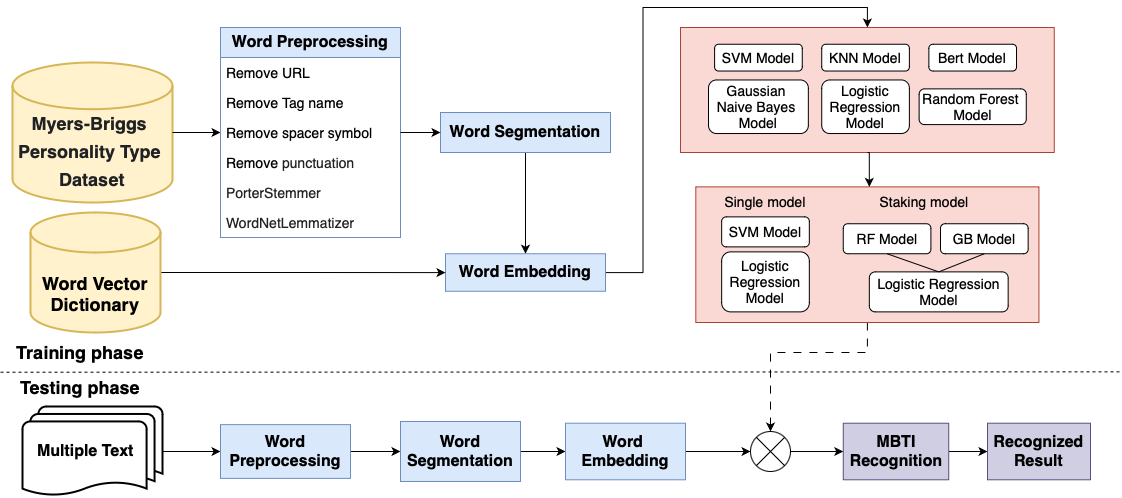
The draw.io diagram 畢業專題系統架構圖.png in TsaiMandy9112/Artificial-Intelligence, before a commit. Source tidied: cells renumbered, new cells last; positions are measured from the earlier drawing's top-left corner, leaving out a move shared by most shapes.
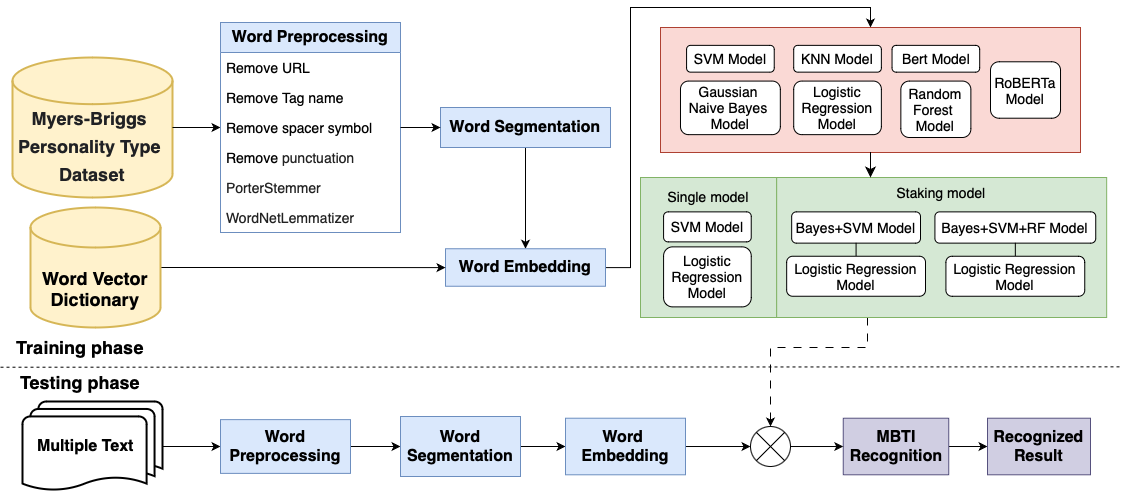
After the change.

Commit message:
已添加 畢業專題系統架構圖.png

The edit, as a diff of the source:
```diff
@@ -22,7 +22,13 @@
       </mxGeometry>
     </mxCell>
     <mxCell id="7" style="edgeStyle=orthogonalEdgeStyle;rounded=0;jettySize=auto;html=1;entryX=0.5;entryY=0;entryDx=0;entryDy=0;" parent="1" edge="1" source="8" target="34">
-      <mxGeometry relative="1" as="geometry" />
+      <mxGeometry relative="1" as="geometry">
+        <Array as="points">
+          <mxPoint x="630" y="245" />
+          <mxPoint x="630" y="-15" />
+          <mxPoint x="870" y="-15" />
+        </Array>
+      </mxGeometry>
     </mxCell>
     <mxCell id="8" value="&lt;b style=&quot;font-size: 16px;&quot;&gt;&lt;font style=&quot;font-size: 16px;&quot;&gt;Word&amp;nbsp;&lt;/font&gt;&lt;/b&gt;&lt;b style=&quot;font-size: 16px;&quot;&gt;Embedding&lt;/b&gt;" style="whiteSpace=wrap;html=1;fillColor=#dae8fc;strokeColor=#6c8ebf;rounded=0;" parent="1" vertex="1">
       <mxGeometry x="445" y="226.2" width="160" height="37.5" as="geometry" />
@@ -102,30 +108,36 @@
     <mxCell id="32" style="edgeStyle=orthogonalEdgeStyle;rounded=0;jettySize=auto;html=1;exitX=1;exitY=0.5;exitDx=0;exitDy=0;entryX=0;entryY=0.5;entryDx=0;entryDy=0;" parent="1" edge="1" source="27" target="31">
       <mxGeometry relative="1" as="geometry" />
     </mxCell>
-    <mxCell id="33" style="group;" parent="1" vertex="1">
-      <mxGeometry x="680" width="373.8" height="125" as="geometry" />
+    <mxCell id="33" value="roBerta" style="group;" parent="1" vertex="1">
+      <mxGeometry x="680" width="420" height="125" as="geometry" />
     </mxCell>
+    <mxCell id="55" style="group;" parent="33" vertex="1">
+      <mxGeometry x="-20" y="5" width="420" height="125" as="geometry" />
+    </mxCell>
-    <mxCell id="34" style="rounded=0;whiteSpace=wrap;html=1;fillColor=#fad9d5;strokeColor=#ae4132;" parent="33" vertex="1">
-      <mxGeometry width="373.8" height="125" as="geometry" />
+    <mxCell id="34" style="rounded=0;whiteSpace=wrap;html=1;fillColor=#fad9d5;strokeColor=#ae4132;" parent="55" vertex="1">
+      <mxGeometry width="420" height="125" as="geometry" />
     </mxCell>
-    <mxCell id="35" value="&lt;font style=&quot;font-size: 14px;&quot;&gt;SVM Model&lt;/font&gt;" style="rounded=1;whiteSpace=wrap;html=1;" parent="33" vertex="1">
-      <mxGeometry x="34.1" y="16.7" width="87.7" height="26.8" as="geometry" />
+    <mxCell id="35" value="&lt;font style=&quot;font-size: 14px;&quot;&gt;SVM Model&lt;/font&gt;" style="rounded=1;whiteSpace=wrap;html=1;" parent="55" vertex="1">
+      <mxGeometry x="26.1" y="17.9" width="87.7" height="26.8" as="geometry" />
     </mxCell>
-    <mxCell id="36" value="&lt;font style=&quot;font-size: 14px;&quot; face=&quot;Helvetica&quot;&gt;Gaussian&amp;nbsp;&lt;/font&gt;&lt;div&gt;&lt;font style=&quot;font-size: 14px;&quot; face=&quot;Helvetica&quot;&gt;Naive Bayes&amp;nbsp;&lt;/font&gt;&lt;div&gt;&lt;font style=&quot;font-size: 14px;&quot; face=&quot;Helvetica&quot;&gt;Model&lt;/font&gt;&lt;/div&gt;&lt;/div&gt;" style="rounded=1;whiteSpace=wrap;html=1;" parent="33" vertex="1">
-      <mxGeometry x="28" y="52.5" width="99.8" height="53.6" as="geometry" />
+    <mxCell id="36" value="&lt;font style=&quot;font-size: 14px;&quot; face=&quot;Helvetica&quot;&gt;Gaussian&amp;nbsp;&lt;/font&gt;&lt;div&gt;&lt;font style=&quot;font-size: 14px;&quot; face=&quot;Helvetica&quot;&gt;Naive Bayes&amp;nbsp;&lt;/font&gt;&lt;div&gt;&lt;font style=&quot;font-size: 14px;&quot; face=&quot;Helvetica&quot;&gt;Model&lt;/font&gt;&lt;/div&gt;&lt;/div&gt;" style="rounded=1;whiteSpace=wrap;html=1;" parent="55" vertex="1">
+      <mxGeometry x="20" y="53.6" width="99.8" height="53.6" as="geometry" />
     </mxCell>
-    <mxCell id="37" value="&lt;font style=&quot;font-size: 14px;&quot;&gt;KNN Model&lt;/font&gt;" style="rounded=1;whiteSpace=wrap;html=1;" parent="33" vertex="1">
-      <mxGeometry x="141.2" y="16.7" width="87.7" height="26.8" as="geometry" />
+    <mxCell id="37" value="&lt;font style=&quot;font-size: 14px;&quot;&gt;KNN Model&lt;/font&gt;" style="rounded=1;whiteSpace=wrap;html=1;" parent="55" vertex="1">
+      <mxGeometry x="133.2" y="17.9" width="87.7" height="26.8" as="geometry" />
     </mxCell>
-    <mxCell id="38" value="&lt;font style=&quot;font-size: 14px;&quot;&gt;Logistic Regression Model&lt;/font&gt;" style="rounded=1;whiteSpace=wrap;html=1;" parent="33" vertex="1">
-      <mxGeometry x="141.2" y="52.5" width="87.7" height="53.6" as="geometry" />
+    <mxCell id="38" value="&lt;font style=&quot;font-size: 14px;&quot;&gt;Logistic Regression Model&lt;/font&gt;" style="rounded=1;whiteSpace=wrap;html=1;" parent="55" vertex="1">
+      <mxGeometry x="133.2" y="53.6" width="87.7" height="53.6" as="geometry" />
     </mxCell>
-    <mxCell id="39" value="&lt;font style=&quot;font-size: 14px;&quot;&gt;Random Forest&amp;nbsp;&lt;/font&gt;&lt;div&gt;&lt;font style=&quot;font-size: 14px;&quot;&gt;Model&lt;/font&gt;&lt;/div&gt;" style="rounded=1;whiteSpace=wrap;html=1;" parent="33" vertex="1">
-      <mxGeometry x="238.6" y="61.4" width="107.1" height="35.7" as="geometry" />
+    <mxCell id="39" value="&lt;font style=&quot;font-size: 14px;&quot;&gt;Random&lt;/font&gt;&lt;div&gt;&lt;span style=&quot;font-size: 14px;&quot;&gt;Forest&amp;nbsp;&lt;/span&gt;&lt;div&gt;&lt;div&gt;&lt;font style=&quot;font-size: 14px;&quot;&gt;Model&lt;/font&gt;&lt;/div&gt;&lt;/div&gt;&lt;/div&gt;" style="rounded=1;whiteSpace=wrap;html=1;" parent="55" vertex="1">
+      <mxGeometry x="240.3" y="53.6" width="70" height="56.4" as="geometry" />
     </mxCell>
-    <mxCell id="40" value="&lt;span style=&quot;font-size: 14px;&quot;&gt;Bert Model&lt;/span&gt;" style="rounded=1;whiteSpace=wrap;html=1;" parent="33" vertex="1">
-      <mxGeometry x="248.4" y="16.7" width="87.7" height="26.8" as="geometry" />
+    <mxCell id="40" value="&lt;span style=&quot;font-size: 14px;&quot;&gt;Bert Model&lt;/span&gt;" style="rounded=1;whiteSpace=wrap;html=1;" parent="55" vertex="1">
+      <mxGeometry x="231.5" y="17.9" width="87.7" height="26.8" as="geometry" />
     </mxCell>
+    <mxCell id="56" value="&lt;span style=&quot;font-size: 14px;&quot;&gt;RoBERTa&lt;/span&gt;&lt;div&gt;&lt;span style=&quot;font-size: 14px;&quot;&gt;Model&lt;/span&gt;&lt;/div&gt;" style="rounded=1;whiteSpace=wrap;html=1;" parent="55" vertex="1">
+      <mxGeometry x="330" y="34.3" width="70" height="56.4" as="geometry" />
+    </mxCell>
     <mxCell id="41" style="edgeStyle=orthogonalEdgeStyle;rounded=0;jettySize=auto;html=1;entryX=0.5;entryY=0;entryDx=0;entryDy=0;dashed=1;dashPattern=8 8;" parent="1" edge="1" source="42" target="50">
       <mxGeometry relative="1" as="geometry">
         <Array as="points">
@@ -134,44 +146,58 @@
         </Array>
       </mxGeometry>
     </mxCell>
-    <mxCell id="42" style="rounded=0;whiteSpace=wrap;html=1;fillColor=#fad9d5;strokeColor=#ae4132;" parent="1" vertex="1">
-      <mxGeometry x="695.3" y="159.4" width="343.1" height="135.6" as="geometry" />
-    </mxCell>
+    <mxCell id="49" style="edgeStyle=orthogonalEdgeStyle;rounded=0;jettySize=auto;html=1;" parent="1" edge="1" source="50" target="19">
+      <mxGeometry relative="1" as="geometry" />
+    </mxCell>
+    <mxCell id="50" style="shape=sumEllipse;perimeter=ellipsePerimeter;whiteSpace=wrap;html=1;backgroundOutline=1;" parent="1" vertex="1">
+      <mxGeometry x="750" y="404" width="40" height="40" as="geometry" />
+    </mxCell>
+    <mxCell id="57" style="group;" parent="1" vertex="1">
+      <mxGeometry x="640" y="155" width="136.2" height="140" as="geometry" />
+    </mxCell>
+    <mxCell id="58" style="rounded=0;whiteSpace=wrap;html=1;fillColor=#d5e8d4;strokeColor=#82b366;" parent="57" vertex="1">
+      <mxGeometry width="136.2" height="140" as="geometry" />
+    </mxCell>
-    <mxCell id="43" value="&lt;font style=&quot;font-size: 14px;&quot;&gt;SVM Model&lt;/font&gt;" style="rounded=1;whiteSpace=wrap;html=1;" parent="1" vertex="1">
-      <mxGeometry x="721.2" y="189.4" width="87.7" height="30" as="geometry" />
+    <mxCell id="43" value="&lt;font style=&quot;font-size: 14px;&quot;&gt;SVM Model&lt;/font&gt;" style="rounded=1;whiteSpace=wrap;html=1;" parent="57" vertex="1">
+      <mxGeometry x="23.1" y="34.4" width="87.7" height="30" as="geometry" />
     </mxCell>
-    <mxCell id="44" value="&lt;font style=&quot;font-size: 14px;&quot;&gt;Logistic Regression Model&lt;/font&gt;" style="rounded=1;whiteSpace=wrap;html=1;" parent="1" vertex="1">
-      <mxGeometry x="721.2" y="224.4" width="87.7" height="60" as="geometry" />
+    <mxCell id="44" value="&lt;font style=&quot;font-size: 14px;&quot;&gt;Logistic Regression Model&lt;/font&gt;" style="rounded=1;whiteSpace=wrap;html=1;" parent="57" vertex="1">
+      <mxGeometry x="23.1" y="69.4" width="87.7" height="60" as="geometry" />
     </mxCell>
-    <mxCell id="45" value="&lt;font style=&quot;font-size: 14px;&quot;&gt;RF Model&lt;/font&gt;" style="rounded=1;whiteSpace=wrap;html=1;" parent="1" vertex="1">
-      <mxGeometry x="842.7" y="196.2" width="87.7" height="30" as="geometry" />
-    </mxCell>
+    <mxCell id="47" value="&lt;font style=&quot;font-size: 14px;&quot;&gt;Single model&lt;/font&gt;" style="text;html=1;align=center;verticalAlign=middle;whiteSpace=wrap;rounded=0;" parent="57" vertex="1">
+      <mxGeometry x="13.1" y="4.4" width="110" height="30" as="geometry" />
+    </mxCell>
+    <mxCell id="59" style="group;" parent="1" vertex="1">
+      <mxGeometry x="776.2" y="155" width="330" height="140" as="geometry" />
+    </mxCell>
+    <mxCell id="42" style="rounded=0;whiteSpace=wrap;html=1;fillColor=#d5e8d4;strokeColor=#82b366;" parent="59" vertex="1">
+      <mxGeometry width="330" height="140" as="geometry" />
+    </mxCell>
-    <mxCell id="46" value="&lt;font style=&quot;font-size: 14px;&quot;&gt;Staking model&lt;/font&gt;" style="text;html=1;align=center;verticalAlign=middle;whiteSpace=wrap;rounded=0;" parent="1" vertex="1">
-      <mxGeometry x="868.8" y="159.4" width="110" height="30" as="geometry" />
+    <mxCell id="46" value="&lt;font style=&quot;font-size: 14px;&quot;&gt;Staking model&lt;/font&gt;" style="text;html=1;align=center;verticalAlign=middle;whiteSpace=wrap;rounded=0;" parent="59" vertex="1">
+      <mxGeometry x="110" width="110" height="30" as="geometry" />
     </mxCell>
-    <mxCell id="47" value="&lt;font style=&quot;font-size: 14px;&quot;&gt;Single model&lt;/font&gt;" style="text;html=1;align=center;verticalAlign=middle;whiteSpace=wrap;rounded=0;" parent="1" vertex="1">
-      <mxGeometry x="710" y="159.4" width="110" height="30" as="geometry" />
-    </mxCell>
-    <mxCell id="48" style="edgeStyle=orthogonalEdgeStyle;rounded=0;jettySize=auto;html=1;exitX=0.5;exitY=1;exitDx=0;exitDy=0;entryX=0;entryY=0;entryDx=0;entryDy=0;" parent="1" edge="1" source="34" target="46">
-      <mxGeometry relative="1" as="geometry" />
-    </mxCell>
-    <mxCell id="49" style="edgeStyle=orthogonalEdgeStyle;rounded=0;jettySize=auto;html=1;" parent="1" edge="1" source="50" target="19">
-      <mxGeometry relative="1" as="geometry" />
-    </mxCell>
-    <mxCell id="50" style="shape=sumEllipse;perimeter=ellipsePerimeter;whiteSpace=wrap;html=1;backgroundOutline=1;" parent="1" vertex="1">
-      <mxGeometry x="750" y="404" width="40" height="40" as="geometry" />
-    </mxCell>
-    <mxCell id="51" value="&lt;font style=&quot;font-size: 14px;&quot;&gt;GB Model&lt;/font&gt;" style="rounded=1;whiteSpace=wrap;html=1;" parent="1" vertex="1">
-      <mxGeometry x="940" y="196.2" width="87.7" height="30" as="geometry" />
+    <mxCell id="51" value="&lt;font style=&quot;font-size: 14px;&quot;&gt;Bayes+SVM Model&lt;/font&gt;" style="rounded=1;whiteSpace=wrap;html=1;" parent="59" vertex="1">
+      <mxGeometry x="15" y="34.4" width="128.8" height="31.2" as="geometry" />
     </mxCell>
-    <mxCell id="52" value="&lt;font style=&quot;font-size: 14px;&quot;&gt;Logistic Regression Model&lt;/font&gt;" style="rounded=1;whiteSpace=wrap;html=1;" parent="1" vertex="1">
-      <mxGeometry x="868.8" y="244.4" width="138.8" height="40" as="geometry" />
+    <mxCell id="52" value="&lt;font style=&quot;font-size: 14px;&quot;&gt;Logistic Regression Model&lt;/font&gt;" style="rounded=1;whiteSpace=wrap;html=1;" parent="59" vertex="1">
+      <mxGeometry x="10" y="78.8" width="138.8" height="40" as="geometry" />
     </mxCell>
+    <mxCell id="60" value="&lt;span style=&quot;font-size: 14px;&quot;&gt;Bayes+SVM+RF Model&lt;/span&gt;" style="rounded=1;whiteSpace=wrap;html=1;" parent="59" vertex="1">
+      <mxGeometry x="158.2" y="34.4" width="160.8" height="31.2" as="geometry" />
+    </mxCell>
+    <mxCell id="61" value="&lt;font style=&quot;font-size: 14px;&quot;&gt;Logistic Regression Model&lt;/font&gt;" style="rounded=1;whiteSpace=wrap;html=1;" parent="59" vertex="1">
+      <mxGeometry x="169.3" y="78.8" width="138.8" height="40" as="geometry" />
+    </mxCell>
-    <mxCell id="53" style="endArrow=none;html=1;rounded=0;entryX=0.5;entryY=1;entryDx=0;entryDy=0;exitX=0.5;exitY=0;exitDx=0;exitDy=0;" parent="1" edge="1" source="52" target="51">
+    <mxCell id="53" style="endArrow=none;html=1;rounded=0;fontSize=12;startSize=8;endSize=8;curved=1;exitX=0.5;exitY=0;exitDx=0;exitDy=0;entryX=0.5;entryY=1;entryDx=0;entryDy=0;" parent="59" edge="1" source="52" target="51">
       <mxGeometry relative="1" as="geometry" />
     </mxCell>
-    <mxCell id="54" style="endArrow=none;html=1;rounded=0;entryX=0.5;entryY=1;entryDx=0;entryDy=0;exitX=0.5;exitY=0;exitDx=0;exitDy=0;" parent="1" edge="1" source="52" target="45">
-      <mxGeometry relative="1" as="geometry" />
-    </mxCell>
+    <mxCell id="62" style="endArrow=none;html=1;rounded=0;fontSize=12;startSize=8;endSize=8;curved=1;entryX=0.5;entryY=1;entryDx=0;entryDy=0;exitX=0.5;exitY=0;exitDx=0;exitDy=0;" parent="59" edge="1" source="61" target="60">
+      <mxGeometry relative="1" as="geometry" />
+    </mxCell>
+    <mxCell id="63" style="edgeStyle=none;curved=1;rounded=0;jettySize=auto;html=1;exitX=0.5;exitY=1;exitDx=0;exitDy=0;fontSize=12;startSize=8;endSize=8;" parent="1" edge="1" source="34">
+      <mxGeometry relative="1" as="geometry">
+        <mxPoint x="870" y="155" as="targetPoint" />
+      </mxGeometry>
+    </mxCell>
   </root>
 </mxGraphModel>
```
